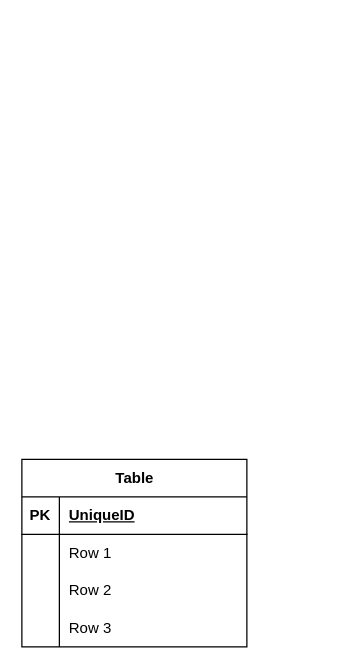
Earlier version of the draw.io diagram sample digram.drawio (amirmasoudheydari/auth). Source tidied: cells renumbered, new cells numbered last; positions are measured from the earlier drawing's top-left corner, leaving out a move shared by most shapes. Both pictures are drawn from the tidied source at 125%, with x=0, y=0 at pixel (21, 459).
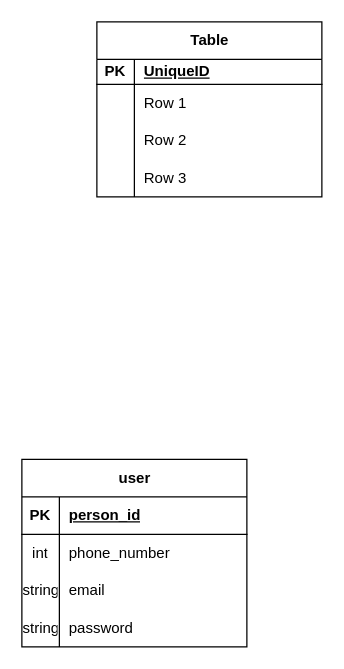
After the change.

Unchanged cells that the change refers to:
```xml
<mxCell id="3" style="shape=tableRow;horizontal=0;startSize=0;swimlaneHead=0;swimlaneBody=0;fillColor=none;top=0;left=0;right=0;bottom=1;" parent="2" vertex="1">
  <mxGeometry y="30" width="180" height="30" as="geometry" />
</mxCell>
<mxCell id="6" style="shape=tableRow;horizontal=0;startSize=0;swimlaneHead=0;swimlaneBody=0;fillColor=none;top=0;left=0;right=0;bottom=0;" parent="2" vertex="1">
  <mxGeometry y="60" width="180" height="30" as="geometry" />
</mxCell>
<mxCell id="9" style="shape=tableRow;horizontal=0;startSize=0;swimlaneHead=0;swimlaneBody=0;fillColor=none;top=0;left=0;right=0;bottom=0;" parent="2" vertex="1">
  <mxGeometry y="90" width="180" height="30" as="geometry" />
</mxCell>
<mxCell id="12" style="shape=tableRow;horizontal=0;startSize=0;swimlaneHead=0;swimlaneBody=0;fillColor=none;top=0;left=0;right=0;bottom=0;" parent="2" vertex="1">
  <mxGeometry y="120" width="180" height="30" as="geometry" />
</mxCell>
```

The edit, as a diff of the source:
```diff
@@
-<mxGraphModel>
+<mxGraphModel background="#FFFFFF">
@@
-    <mxCell id="2" value="Table" style="shape=table;startSize=30;childLayout=tableLayout;rowLines=0;fontStyle=1;align=center;html=1;" parent="1" vertex="1">
+    <mxCell id="2" value="user" style="shape=table;startSize=30;childLayout=tableLayout;rowLines=0;fontStyle=1;align=center;html=1;" parent="1" vertex="1">
       <mxGeometry width="180" height="150" as="geometry" />
     </mxCell>
@@
-    <mxCell id="5" value="UniqueID" style="shape=partialRectangle;fillColor=none;top=0;left=0;bottom=0;right=0;align=left;spacingLeft=6;fontStyle=5;overflow=hidden;whiteSpace=wrap;html=1;" parent="3" vertex="1">
+    <mxCell id="5" value="person_id" style="shape=partialRectangle;fillColor=none;top=0;left=0;bottom=0;right=0;align=left;spacingLeft=6;fontStyle=5;overflow=hidden;whiteSpace=wrap;html=1;" parent="3" vertex="1">
       <mxGeometry x="30" width="150" height="30" as="geometry" />
     </mxCell>
@@
-    <mxCell id="7" style="shape=partialRectangle;fillColor=none;top=0;left=0;bottom=0;right=0;overflow=hidden;whiteSpace=wrap;html=1;" parent="6" vertex="1">
+    <mxCell id="7" value="int" style="shape=partialRectangle;fillColor=none;top=0;left=0;bottom=0;right=0;overflow=hidden;whiteSpace=wrap;html=1;" parent="6" vertex="1">
       <mxGeometry width="30" height="30" as="geometry" />
     </mxCell>
-    <mxCell id="8" value="Row 1" style="shape=partialRectangle;fillColor=none;top=0;left=0;bottom=0;right=0;align=left;spacingLeft=6;overflow=hidden;whiteSpace=wrap;html=1;" parent="6" vertex="1">
+    <mxCell id="8" value="phone_number&lt;span style=&quot;white-space: pre;&quot;&gt;&#9;&lt;/span&gt;" style="shape=partialRectangle;fillColor=none;top=0;left=0;bottom=0;right=0;align=left;spacingLeft=6;overflow=hidden;whiteSpace=wrap;html=1;" parent="6" vertex="1">
       <mxGeometry x="30" width="150" height="30" as="geometry" />
     </mxCell>
@@
-    <mxCell id="10" style="shape=partialRectangle;fillColor=none;top=0;left=0;bottom=0;right=0;overflow=hidden;whiteSpace=wrap;html=1;" parent="9" vertex="1">
+    <mxCell id="10" value="string" style="shape=partialRectangle;fillColor=none;top=0;left=0;bottom=0;right=0;overflow=hidden;whiteSpace=wrap;html=1;" parent="9" vertex="1">
       <mxGeometry width="30" height="30" as="geometry" />
     </mxCell>
-    <mxCell id="11" value="Row 2" style="shape=partialRectangle;fillColor=none;top=0;left=0;bottom=0;right=0;align=left;spacingLeft=6;overflow=hidden;whiteSpace=wrap;html=1;" parent="9" vertex="1">
+    <mxCell id="11" value="email&lt;span style=&quot;white-space: pre;&quot;&gt;&#9;&lt;/span&gt;" style="shape=partialRectangle;fillColor=none;top=0;left=0;bottom=0;right=0;align=left;spacingLeft=6;overflow=hidden;whiteSpace=wrap;html=1;" parent="9" vertex="1">
       <mxGeometry x="30" width="150" height="30" as="geometry" />
     </mxCell>
@@
-    <mxCell id="13" style="shape=partialRectangle;fillColor=none;top=0;left=0;bottom=0;right=0;overflow=hidden;whiteSpace=wrap;html=1;" parent="12" vertex="1">
+    <mxCell id="13" value="string" style="shape=partialRectangle;fillColor=none;top=0;left=0;bottom=0;right=0;overflow=hidden;whiteSpace=wrap;html=1;" parent="12" vertex="1">
       <mxGeometry width="30" height="30" as="geometry" />
     </mxCell>
-    <mxCell id="14" value="Row 3" style="shape=partialRectangle;fillColor=none;top=0;left=0;bottom=0;right=0;align=left;spacingLeft=6;overflow=hidden;whiteSpace=wrap;html=1;" parent="12" vertex="1">
+    <mxCell id="14" value="password" style="shape=partialRectangle;fillColor=none;top=0;left=0;bottom=0;right=0;align=left;spacingLeft=6;overflow=hidden;whiteSpace=wrap;html=1;" parent="12" vertex="1">
       <mxGeometry x="30" width="150" height="30" as="geometry" />
     </mxCell>
+    <mxCell id="15" value="Table" style="shape=table;startSize=30;childLayout=tableLayout;rowLines=0;fontStyle=1;align=center;html=1;" parent="1" vertex="1">
+      <mxGeometry x="60" y="-350" width="180" height="140" as="geometry" />
+    </mxCell>
+    <mxCell id="16" style="shape=tableRow;horizontal=0;startSize=0;swimlaneHead=0;swimlaneBody=0;fillColor=none;top=0;left=0;right=0;bottom=1;" parent="15" vertex="1">
+      <mxGeometry y="30" width="180" height="20" as="geometry" />
+    </mxCell>
+    <mxCell id="17" value="PK" style="shape=partialRectangle;fillColor=none;top=0;left=0;bottom=0;right=0;fontStyle=1;overflow=hidden;whiteSpace=wrap;html=1;" parent="16" vertex="1">
+      <mxGeometry width="30" height="20" as="geometry" />
+    </mxCell>
+    <mxCell id="18" value="UniqueID" style="shape=partialRectangle;fillColor=none;top=0;left=0;bottom=0;right=0;align=left;spacingLeft=6;fontStyle=5;overflow=hidden;whiteSpace=wrap;html=1;" parent="16" vertex="1">
+      <mxGeometry x="30" width="150" height="20" as="geometry" />
+    </mxCell>
+    <mxCell id="19" style="shape=tableRow;horizontal=0;startSize=0;swimlaneHead=0;swimlaneBody=0;fillColor=none;top=0;left=0;right=0;bottom=0;" parent="15" vertex="1">
+      <mxGeometry y="50" width="180" height="30" as="geometry" />
+    </mxCell>
+    <mxCell id="20" style="shape=partialRectangle;fillColor=none;top=0;left=0;bottom=0;right=0;overflow=hidden;whiteSpace=wrap;html=1;" parent="19" vertex="1">
+      <mxGeometry width="30" height="30" as="geometry" />
+    </mxCell>
+    <mxCell id="21" value="Row 1" style="shape=partialRectangle;fillColor=none;top=0;left=0;bottom=0;right=0;align=left;spacingLeft=6;overflow=hidden;whiteSpace=wrap;html=1;" parent="19" vertex="1">
+      <mxGeometry x="30" width="150" height="30" as="geometry" />
+    </mxCell>
+    <mxCell id="22" style="shape=tableRow;horizontal=0;startSize=0;swimlaneHead=0;swimlaneBody=0;fillColor=none;top=0;left=0;right=0;bottom=0;" parent="15" vertex="1">
+      <mxGeometry y="80" width="180" height="30" as="geometry" />
+    </mxCell>
+    <mxCell id="23" style="shape=partialRectangle;fillColor=none;top=0;left=0;bottom=0;right=0;overflow=hidden;whiteSpace=wrap;html=1;" parent="22" vertex="1">
+      <mxGeometry width="30" height="30" as="geometry" />
+    </mxCell>
+    <mxCell id="24" value="Row 2" style="shape=partialRectangle;fillColor=none;top=0;left=0;bottom=0;right=0;align=left;spacingLeft=6;overflow=hidden;whiteSpace=wrap;html=1;" parent="22" vertex="1">
+      <mxGeometry x="30" width="150" height="30" as="geometry" />
+    </mxCell>
+    <mxCell id="25" style="shape=tableRow;horizontal=0;startSize=0;swimlaneHead=0;swimlaneBody=0;fillColor=none;top=0;left=0;right=0;bottom=0;" parent="15" vertex="1">
+      <mxGeometry y="110" width="180" height="30" as="geometry" />
+    </mxCell>
+    <mxCell id="26" style="shape=partialRectangle;fillColor=none;top=0;left=0;bottom=0;right=0;overflow=hidden;whiteSpace=wrap;html=1;" parent="25" vertex="1">
+      <mxGeometry width="30" height="30" as="geometry" />
+    </mxCell>
+    <mxCell id="27" value="Row 3" style="shape=partialRectangle;fillColor=none;top=0;left=0;bottom=0;right=0;align=left;spacingLeft=6;overflow=hidden;whiteSpace=wrap;html=1;" parent="25" vertex="1">
+      <mxGeometry x="30" width="150" height="30" as="geometry" />
+    </mxCell>
```
